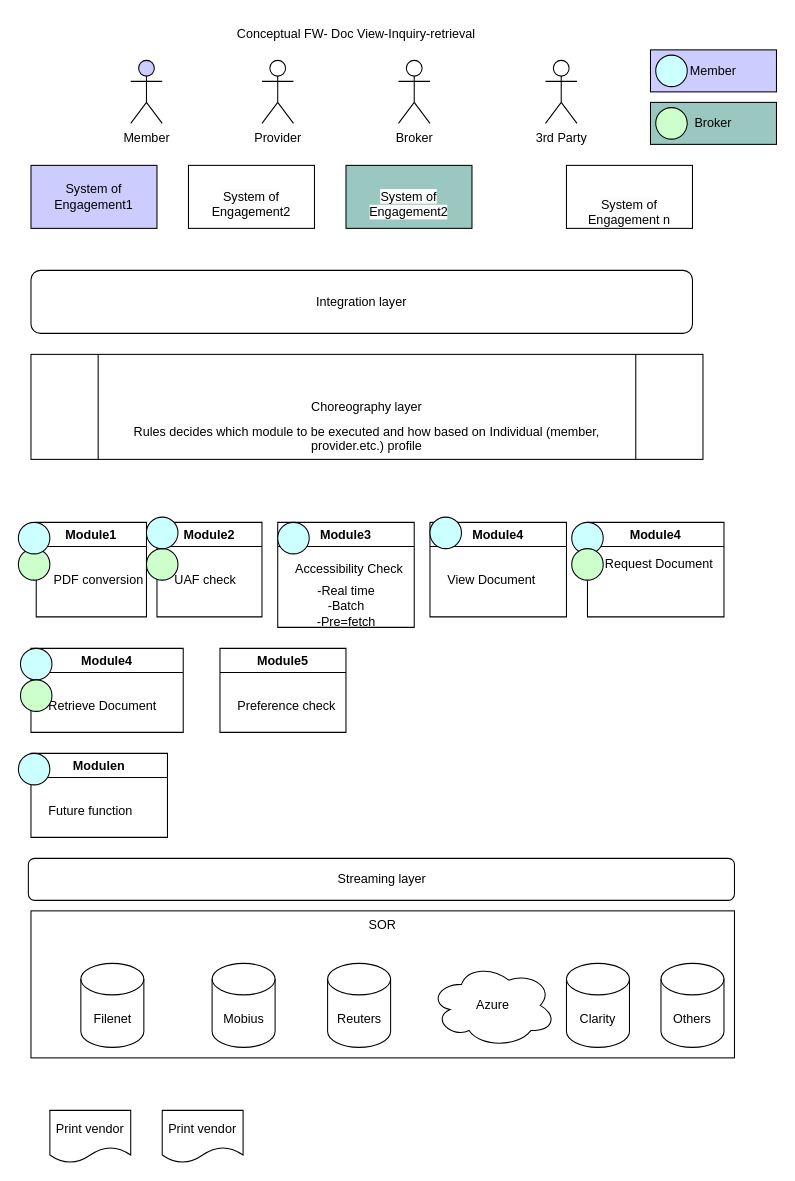
Before: Untitled Diagram.drawio in kingshukdash/python-programming-, a draw.io diagram. Source tidied: cells renumbered, new cells numbered last; positions are measured from the earlier drawing's top-left corner, leaving out a move shared by most shapes. Both pictures are drawn from the tidied source at 105%, with x=0, y=0 at pixel (18, 18).
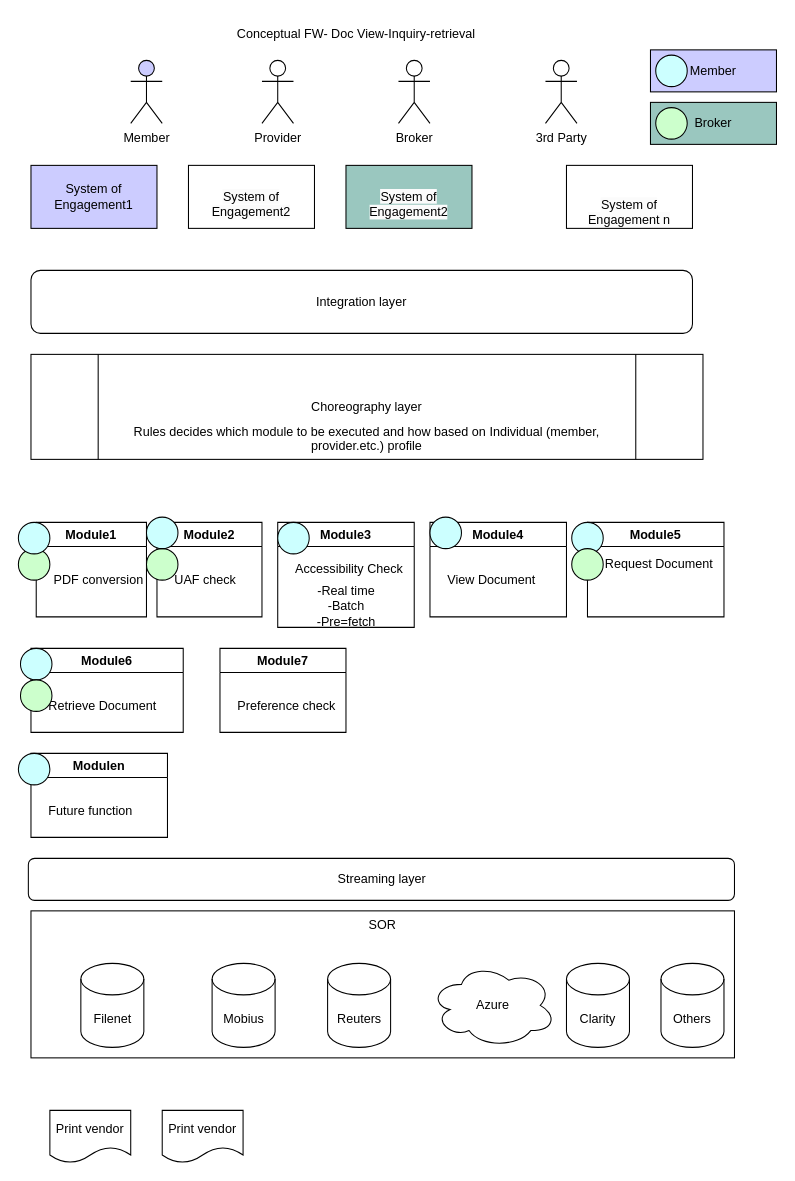
The same page after the edit.

What changed in the source:
```diff
@@
-    <mxCell id="30" value="Module4" style="swimlane;whiteSpace=wrap;html=1;" parent="1" vertex="1">
+    <mxCell id="30" value="Module6" style="swimlane;whiteSpace=wrap;html=1;" parent="1" vertex="1">
       <mxGeometry x="12" y="600" width="145" height="80" as="geometry" />
     </mxCell>
@@
-    <mxCell id="34" value="Module4" style="swimlane;whiteSpace=wrap;html=1;" parent="1" vertex="1">
+    <mxCell id="34" value="Module5" style="swimlane;whiteSpace=wrap;html=1;" parent="1" vertex="1">
       <mxGeometry x="542" y="480" width="130" height="90" as="geometry" />
     </mxCell>
@@
-    <mxCell id="52" value="Module5" style="swimlane;whiteSpace=wrap;html=1;" parent="1" vertex="1">
+    <mxCell id="52" value="Module7" style="swimlane;whiteSpace=wrap;html=1;" parent="1" vertex="1">
       <mxGeometry x="192" y="600" width="120" height="80" as="geometry" />
     </mxCell>
```
